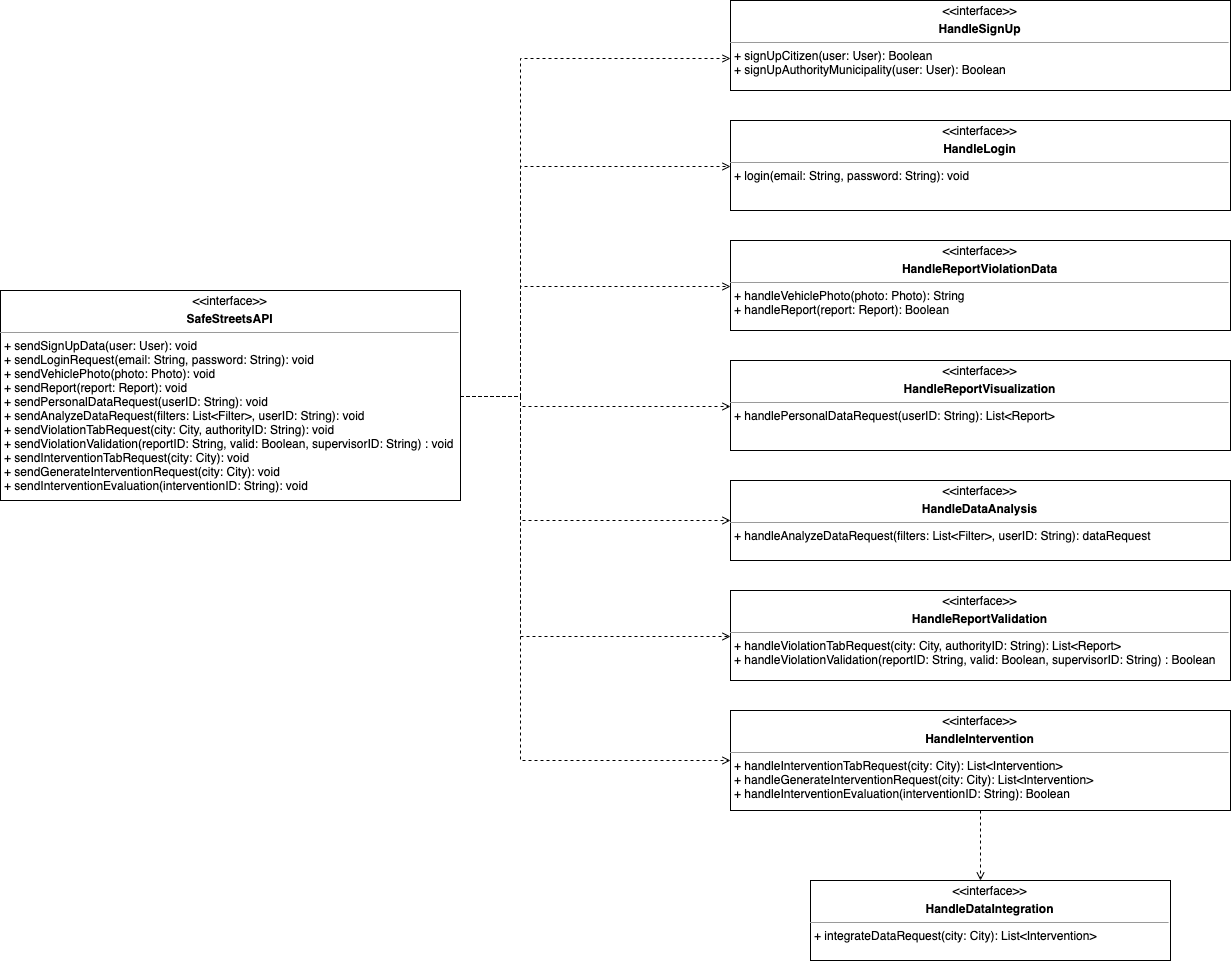
This is Documentation/DD/Images/ComponentInterfaces.png from AndreaFalanti/FalantiHuang-SwEngineering2, a draw.io export, as it was before one commit. Source tidied: cells renumbered, new cells last; positions are measured from the earlier drawing's top-left corner, leaving out a move shared by most shapes.
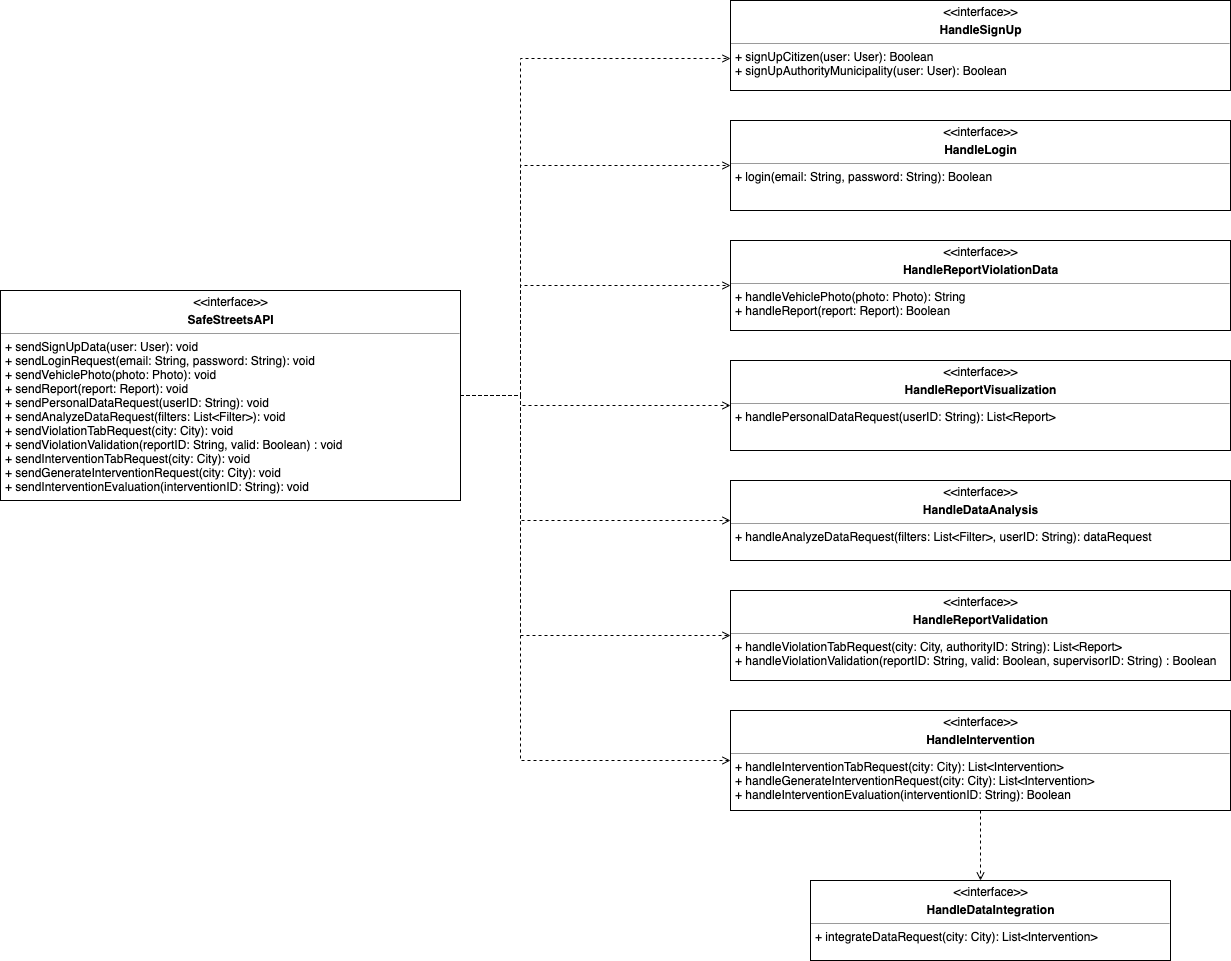
Above is the later version.

Commit message:
[DD] add description for component interfaces

Change to the diagram source:
```diff
@@ -58,7 +58,7 @@
         </Array>
       </mxGeometry>
     </mxCell>
-    <mxCell id="9" value="&lt;p style=&quot;margin: 4px 0px 0px ; text-align: center&quot;&gt;&amp;lt;&amp;lt;interface&amp;gt;&amp;gt;&lt;/p&gt;&lt;p style=&quot;margin: 4px 0px 0px ; text-align: center&quot;&gt;&lt;b&gt;SafeStreetsAPI&lt;/b&gt;&lt;/p&gt;&lt;hr size=&quot;1&quot;&gt;&lt;p style=&quot;margin: 0px ; margin-left: 4px&quot;&gt;&lt;span&gt;+ sendSignUpData(user: User): void&lt;/span&gt;&lt;/p&gt;&lt;p style=&quot;margin: 0px ; margin-left: 4px&quot;&gt;&lt;span&gt;+ sendLoginRequest(email: String, password: String): void&lt;/span&gt;&lt;/p&gt;&lt;p style=&quot;margin: 0px ; margin-left: 4px&quot;&gt;&lt;span&gt;+ sendVehiclePhoto(photo: Photo): void&lt;/span&gt;&lt;/p&gt;&lt;p style=&quot;margin: 0px ; margin-left: 4px&quot;&gt;+ sendReport(report: Report): void&lt;/p&gt;&lt;p style=&quot;margin: 0px ; margin-left: 4px&quot;&gt;+ sendPersonalDataRequest(userID: String): void&lt;/p&gt;&lt;p style=&quot;margin: 0px ; margin-left: 4px&quot;&gt;+ sendAnalyzeDataRequest(filters: List&amp;lt;Filter&amp;gt;, userID: String): void&lt;/p&gt;&lt;p style=&quot;margin: 0px ; margin-left: 4px&quot;&gt;+ sendViolationTabRequest(city: City, authorityID: String): void&lt;/p&gt;&lt;p style=&quot;margin: 0px ; margin-left: 4px&quot;&gt;+ sendViolationValidation(reportID: String, valid: Boolean, supervisorID: String) : void&lt;/p&gt;&lt;p style=&quot;margin: 0px ; margin-left: 4px&quot;&gt;+ sendInterventionTabRequest(city: City): void&lt;/p&gt;&lt;p style=&quot;margin: 0px ; margin-left: 4px&quot;&gt;+ sendGenerateInterventionRequest(city: City): void&lt;/p&gt;&lt;p style=&quot;margin: 0px ; margin-left: 4px&quot;&gt;+ sendInterventionEvaluation(interventionID: String): void&lt;/p&gt;" style="verticalAlign=top;align=left;overflow=fill;fontSize=12;fontFamily=Helvetica;html=1;" parent="1" vertex="1">
+    <mxCell id="9" value="&lt;p style=&quot;margin: 4px 0px 0px ; text-align: center&quot;&gt;&amp;lt;&amp;lt;interface&amp;gt;&amp;gt;&lt;/p&gt;&lt;p style=&quot;margin: 4px 0px 0px ; text-align: center&quot;&gt;&lt;b&gt;SafeStreetsAPI&lt;/b&gt;&lt;/p&gt;&lt;hr size=&quot;1&quot;&gt;&lt;p style=&quot;margin: 0px ; margin-left: 4px&quot;&gt;&lt;span&gt;+ sendSignUpData(user: User): void&lt;/span&gt;&lt;/p&gt;&lt;p style=&quot;margin: 0px ; margin-left: 4px&quot;&gt;&lt;span&gt;+ sendLoginRequest(email: String, password: String): void&lt;/span&gt;&lt;/p&gt;&lt;p style=&quot;margin: 0px ; margin-left: 4px&quot;&gt;&lt;span&gt;+ sendVehiclePhoto(photo: Photo): void&lt;/span&gt;&lt;/p&gt;&lt;p style=&quot;margin: 0px ; margin-left: 4px&quot;&gt;+ sendReport(report: Report): void&lt;/p&gt;&lt;p style=&quot;margin: 0px ; margin-left: 4px&quot;&gt;+ sendPersonalDataRequest(userID: String): void&lt;/p&gt;&lt;p style=&quot;margin: 0px ; margin-left: 4px&quot;&gt;+ sendAnalyzeDataRequest(filters: List&amp;lt;Filter&amp;gt;): void&lt;/p&gt;&lt;p style=&quot;margin: 0px ; margin-left: 4px&quot;&gt;+ sendViolationTabRequest(city: City): void&lt;/p&gt;&lt;p style=&quot;margin: 0px ; margin-left: 4px&quot;&gt;+ sendViolationValidation(reportID: String, valid: Boolean) : void&lt;/p&gt;&lt;p style=&quot;margin: 0px ; margin-left: 4px&quot;&gt;+ sendInterventionTabRequest(city: City): void&lt;/p&gt;&lt;p style=&quot;margin: 0px ; margin-left: 4px&quot;&gt;+ sendGenerateInterventionRequest(city: City): void&lt;/p&gt;&lt;p style=&quot;margin: 0px ; margin-left: 4px&quot;&gt;+ sendInterventionEvaluation(interventionID: String): void&lt;/p&gt;" style="verticalAlign=top;align=left;overflow=fill;fontSize=12;fontFamily=Helvetica;html=1;" parent="1" vertex="1">
       <mxGeometry y="290" width="460" height="210" as="geometry" />
     </mxCell>
     <mxCell id="10" value="&lt;p style=&quot;margin: 4px 0px 0px ; text-align: center&quot;&gt;&amp;lt;&amp;lt;interface&amp;gt;&amp;gt;&lt;/p&gt;&lt;p style=&quot;margin: 4px 0px 0px ; text-align: center&quot;&gt;&lt;b&gt;HandleDataIntegration&lt;/b&gt;&lt;/p&gt;&lt;hr size=&quot;1&quot;&gt;&lt;p style=&quot;margin: 0px 0px 0px 4px&quot;&gt;+ integrateDataRequest(city: City): List&amp;lt;Intervention&amp;gt;&lt;/p&gt;&lt;div&gt;&lt;br&gt;&lt;/div&gt;" style="verticalAlign=top;align=left;overflow=fill;fontSize=12;fontFamily=Helvetica;html=1;" parent="1" vertex="1">
@@ -85,7 +85,7 @@
     <mxCell id="17" value="&lt;p style=&quot;margin: 4px 0px 0px ; text-align: center&quot;&gt;&amp;lt;&amp;lt;interface&amp;gt;&amp;gt;&lt;/p&gt;&lt;p style=&quot;margin: 4px 0px 0px ; text-align: center&quot;&gt;&lt;b&gt;HandleSignUp&lt;/b&gt;&lt;/p&gt;&lt;hr size=&quot;1&quot;&gt;&lt;p style=&quot;margin: 0px ; margin-left: 4px&quot;&gt;&lt;span&gt;+ signUpCitizen(user: User): Boolean&lt;/span&gt;&lt;/p&gt;&lt;p style=&quot;margin: 0px ; margin-left: 4px&quot;&gt;+ signUpAuthorityMunicipality(user: User): Boolean&lt;/p&gt;" style="verticalAlign=top;align=left;overflow=fill;fontSize=12;fontFamily=Helvetica;html=1;" parent="16" vertex="1">
       <mxGeometry width="500" height="90" as="geometry" />
     </mxCell>
-    <mxCell id="18" value="&lt;p style=&quot;margin: 4px 0px 0px ; text-align: center&quot;&gt;&amp;lt;&amp;lt;interface&amp;gt;&amp;gt;&lt;/p&gt;&lt;p style=&quot;margin: 4px 0px 0px ; text-align: center&quot;&gt;&lt;b&gt;HandleLogin&lt;/b&gt;&lt;/p&gt;&lt;hr size=&quot;1&quot;&gt;&lt;p style=&quot;margin: 0px ; margin-left: 4px&quot;&gt;+ login(email: String, password: String): void&lt;/p&gt;" style="verticalAlign=top;align=left;overflow=fill;fontSize=12;fontFamily=Helvetica;html=1;" parent="16" vertex="1">
+    <mxCell id="18" value="&lt;p style=&quot;margin: 4px 0px 0px ; text-align: center&quot;&gt;&amp;lt;&amp;lt;interface&amp;gt;&amp;gt;&lt;/p&gt;&lt;p style=&quot;margin: 4px 0px 0px ; text-align: center&quot;&gt;&lt;b&gt;HandleLogin&lt;/b&gt;&lt;/p&gt;&lt;hr size=&quot;1&quot;&gt;&lt;p style=&quot;margin: 0px ; margin-left: 4px&quot;&gt;+ login(email: String, password: String): Boolean&lt;/p&gt;" style="verticalAlign=top;align=left;overflow=fill;fontSize=12;fontFamily=Helvetica;html=1;" parent="16" vertex="1">
       <mxGeometry y="120" width="500" height="90" as="geometry" />
     </mxCell>
     <mxCell id="19" value="&lt;p style=&quot;margin: 4px 0px 0px ; text-align: center&quot;&gt;&amp;lt;&amp;lt;interface&amp;gt;&amp;gt;&lt;/p&gt;&lt;p style=&quot;margin: 4px 0px 0px ; text-align: center&quot;&gt;&lt;font style=&quot;font-size: 12px&quot;&gt;&lt;span style=&quot;white-space: normal&quot;&gt;&lt;b&gt;HandleReportViolationData&lt;/b&gt;&lt;/span&gt;&lt;br&gt;&lt;/font&gt;&lt;/p&gt;&lt;hr size=&quot;1&quot;&gt;&lt;p style=&quot;margin: 0px ; margin-left: 4px&quot;&gt;&lt;span&gt;+ handleVehiclePhoto(photo: Photo): String&lt;/span&gt;&lt;/p&gt;&lt;p style=&quot;margin: 0px ; margin-left: 4px&quot;&gt;+ handleReport(report: Report): Boolean&lt;/p&gt;" style="verticalAlign=top;align=left;overflow=fill;fontSize=12;fontFamily=Helvetica;html=1;" parent="16" vertex="1">
```
